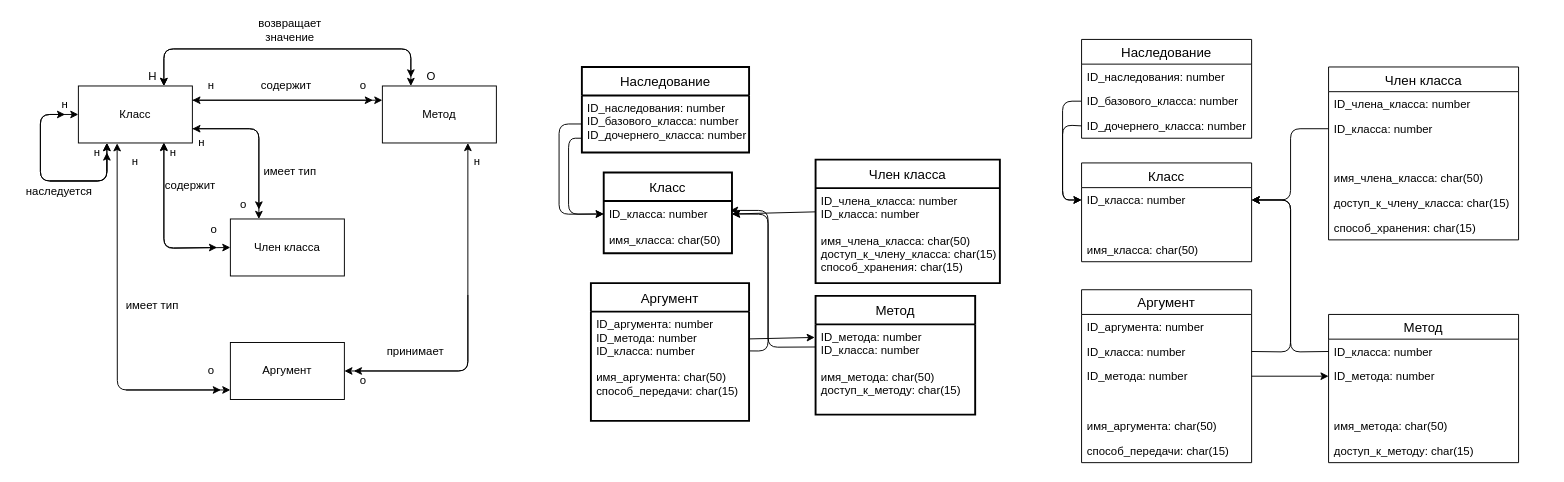
Above: page "Page-1" (1 of 2) of Databases/KR/drawio/1.drawio in Mikhail-Nazarov/AVT_813_5SEM (draw.io), before the change. Source tidied: cells renumbered, new cells numbered last; positions are measured from the earlier drawing's top-left corner, leaving out a move shared by most shapes. Both pictures are drawn from the tidied source at 95%, with x=0, y=0 at pixel (16, 20).
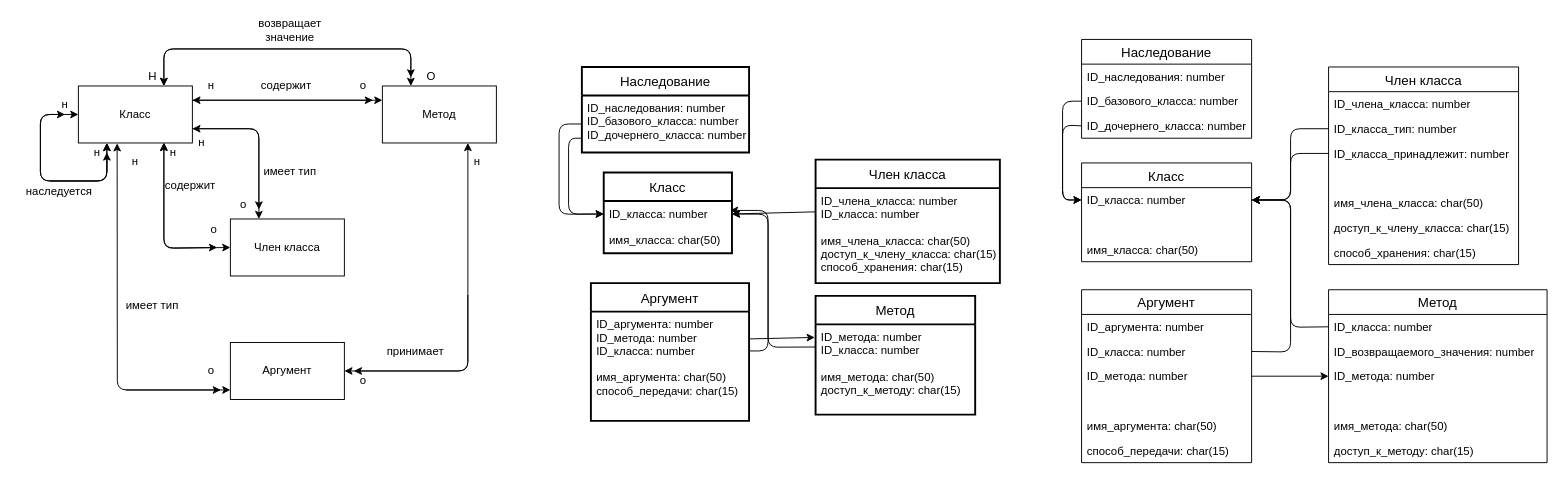
After the change.

Unchanged cells that the change refers to:
```xml
<mxCell id="63" value="ID_класса: number" style="text;strokeColor=none;fillColor=none;spacingLeft=4;spacingRight=4;overflow=hidden;points=[[0,0.5],[1,0.5]];portConstraint=eastwest;fontSize=12;" parent="62" vertex="1">
  <mxGeometry y="26" width="179" height="26" as="geometry" />
</mxCell>
```

What changed in the source:
```diff
@@
     <mxCell id="73" value="Член класса" style="swimlane;fontStyle=0;horizontal=1;startSize=26;align=center;fontSize=14;" parent="1" vertex="1">
-      <mxGeometry x="1381" y="49" width="200" height="182" as="geometry" />
+      <mxGeometry x="1381" y="49" width="200" height="208" as="geometry" />
     </mxCell>
@@
-    <mxCell id="75" value="ID_класса: number" style="text;strokeColor=none;fillColor=none;spacingLeft=4;spacingRight=4;overflow=hidden;points=[[0,0.5],[1,0.5]];portConstraint=eastwest;fontSize=12;" parent="73" vertex="1">
+    <mxCell id="75" value="ID_класса_тип: number" style="text;strokeColor=none;fillColor=none;spacingLeft=4;spacingRight=4;overflow=hidden;points=[[0,0.5],[1,0.5]];portConstraint=eastwest;fontSize=12;" parent="73" vertex="1">
       <mxGeometry y="52" width="200" height="26" as="geometry" />
     </mxCell>
+    <mxCell id="92" value="ID_класса_принадлежит: number" style="text;strokeColor=none;fillColor=none;spacingLeft=4;spacingRight=4;overflow=hidden;points=[[0,0.5],[1,0.5]];portConstraint=eastwest;fontSize=12;" parent="73" vertex="1">
+      <mxGeometry y="78" width="200" height="26" as="geometry" />
+    </mxCell>
     <mxCell id="76" value=" " style="text;strokeColor=none;fillColor=none;spacingLeft=4;spacingRight=4;overflow=hidden;fontSize=12;" parent="73" vertex="1">
-      <mxGeometry y="78" width="200" height="26" as="geometry" />
+      <mxGeometry y="104" width="200" height="26" as="geometry" />
     </mxCell>
     <mxCell id="77" value="имя_члена_класса: char(50)" style="text;strokeColor=none;fillColor=none;spacingLeft=4;spacingRight=4;overflow=hidden;fontSize=12;" parent="73" vertex="1">
-      <mxGeometry y="104" width="200" height="26" as="geometry" />
+      <mxGeometry y="130" width="200" height="26" as="geometry" />
     </mxCell>
     <mxCell id="78" value="доступ_к_члену_класса: char(15)" style="text;strokeColor=none;fillColor=none;spacingLeft=4;spacingRight=4;overflow=hidden;fontSize=12;" parent="73" vertex="1">
-      <mxGeometry y="130" width="200" height="26" as="geometry" />
+      <mxGeometry y="156" width="200" height="26" as="geometry" />
     </mxCell>
     <mxCell id="79" value="способ_хранения: сhar(15)" style="text;strokeColor=none;fillColor=none;spacingLeft=4;spacingRight=4;overflow=hidden;fontSize=12;" parent="73" vertex="1">
-      <mxGeometry y="156" width="200" height="26" as="geometry" />
+      <mxGeometry y="182" width="200" height="26" as="geometry" />
     </mxCell>
     <mxCell id="80" value="Метод" style="swimlane;fontStyle=0;horizontal=1;startSize=26;align=center;fontSize=14;" parent="1" vertex="1">
-      <mxGeometry x="1381" y="309.5" width="200" height="156" as="geometry" />
+      <mxGeometry x="1381" y="283.5" width="230" height="182" as="geometry" />
     </mxCell>
     <mxCell id="81" value="ID_класса: number" style="text;strokeColor=none;fillColor=none;spacingLeft=4;spacingRight=4;overflow=hidden;points=[[0,0.5],[1,0.5]];portConstraint=eastwest;fontSize=12;" parent="80" vertex="1">
-      <mxGeometry y="26" width="200" height="26" as="geometry" />
+      <mxGeometry y="26" width="230" height="26" as="geometry" />
     </mxCell>
+    <mxCell id="93" value="ID_возвращаемого_значения: number" style="text;strokeColor=none;fillColor=none;spacingLeft=4;spacingRight=4;overflow=hidden;fontSize=12;" parent="80" vertex="1">
+      <mxGeometry y="52" width="230" height="26" as="geometry" />
+    </mxCell>
     <mxCell id="82" value="ID_метода: number" style="text;strokeColor=none;fillColor=none;spacingLeft=4;spacingRight=4;overflow=hidden;points=[[0,0.5],[1,0.5]];portConstraint=eastwest;fontSize=12;" parent="80" vertex="1">
-      <mxGeometry y="52" width="200" height="26" as="geometry" />
+      <mxGeometry y="78" width="230" height="26" as="geometry" />
     </mxCell>
     <mxCell id="83" value=" " style="text;strokeColor=none;fillColor=none;spacingLeft=4;spacingRight=4;overflow=hidden;fontSize=12;" parent="80" vertex="1">
-      <mxGeometry y="78" width="200" height="26" as="geometry" />
+      <mxGeometry y="104" width="230" height="26" as="geometry" />
     </mxCell>
     <mxCell id="84" value="имя_метода: char(50) " style="text;strokeColor=none;fillColor=none;spacingLeft=4;spacingRight=4;overflow=hidden;fontSize=12;" parent="80" vertex="1">
-      <mxGeometry y="104" width="200" height="26" as="geometry" />
+      <mxGeometry y="130" width="230" height="26" as="geometry" />
     </mxCell>
     <mxCell id="85" value="доступ_к_методу: char(15)" style="text;strokeColor=none;fillColor=none;spacingLeft=4;spacingRight=4;overflow=hidden;fontSize=12;" parent="80" vertex="1">
-      <mxGeometry y="130" width="200" height="26" as="geometry" />
+      <mxGeometry y="156" width="230" height="26" as="geometry" />
     </mxCell>
@@
     <mxCell id="88" style="endArrow=classic;html=1;exitX=0;exitY=0.5;exitDx=0;exitDy=0;entryX=1;entryY=0.5;entryDx=0;entryDy=0;" parent="1" edge="1" source="81" target="63">
       <mxGeometry relative="1" as="geometry">
         <Array as="points">
-          <mxPoint x="1341" y="349" />
+          <mxPoint x="1341" y="323" />
           <mxPoint x="1341" y="189" />
         </Array>
       </mxGeometry>
     </mxCell>
@@
+    <mxCell id="94" style="endArrow=classic;html=1;exitX=0;exitY=0.5;exitDx=0;exitDy=0;entryX=1;entryY=0.5;entryDx=0;entryDy=0;" parent="1" edge="1" source="92" target="63">
+      <mxGeometry relative="1" as="geometry">
+        <Array as="points">
+          <mxPoint x="1341" y="140" />
+          <mxPoint x="1341" y="189" />
+        </Array>
+      </mxGeometry>
+    </mxCell>
```
